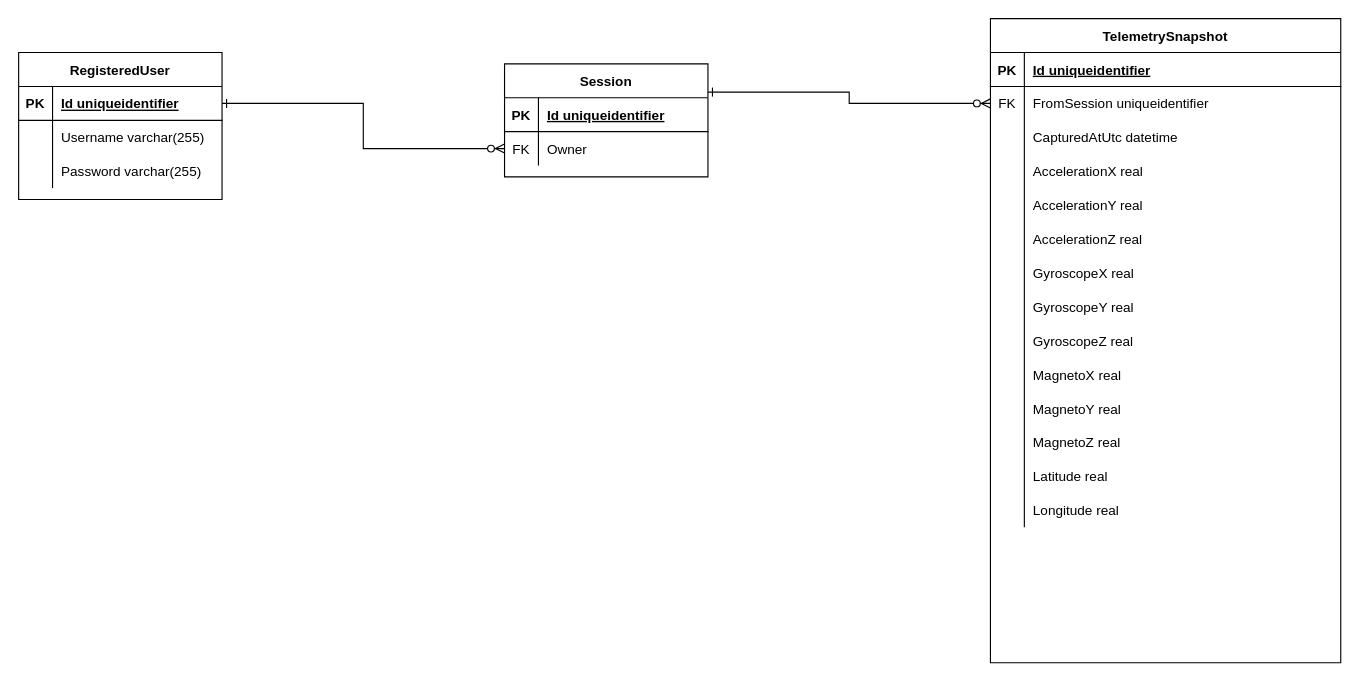
Before: ERD.drawio in TimHanewich/TimHanewich.TelemetryFeed, a draw.io diagram. Source tidied: cells renumbered, new cells numbered last; positions are measured from the earlier drawing's top-left corner, leaving out a move shared by most shapes. Both pictures are drawn from the tidied source at 113%, with x=0, y=0 at pixel (18, 18).
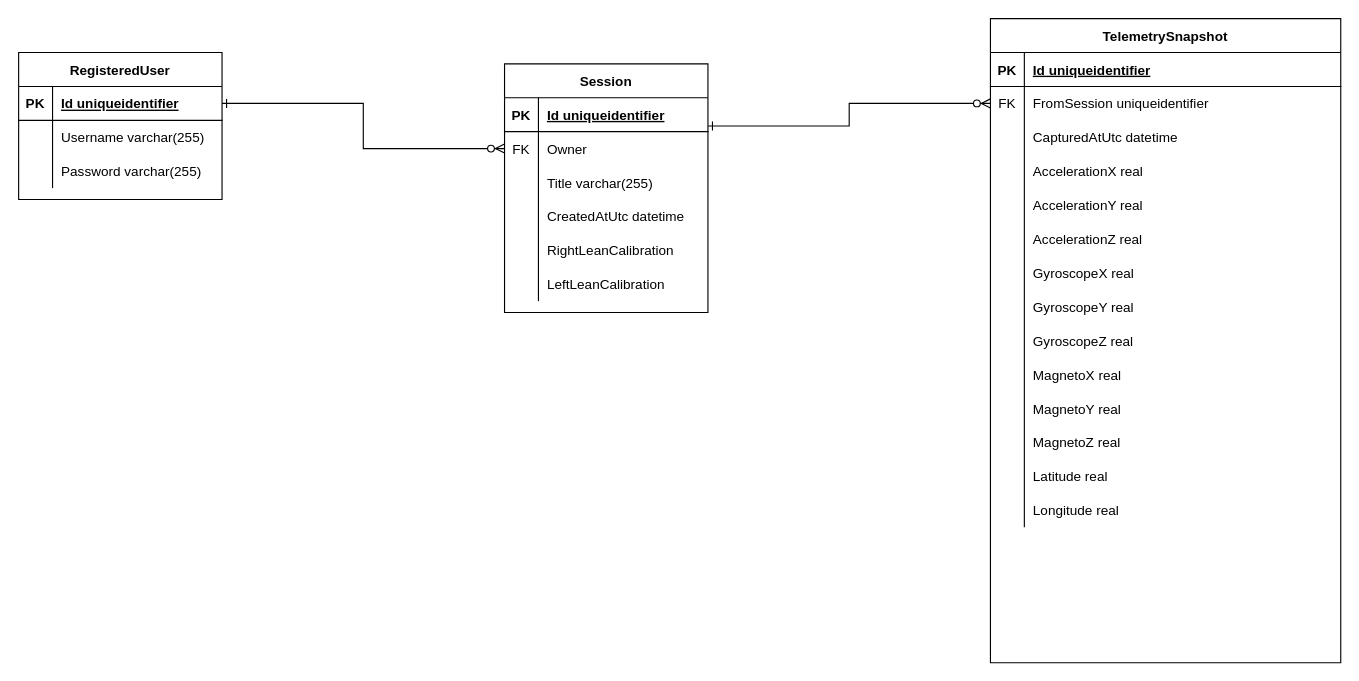
The same diagram, later.

Commit message:
Added additional session details

The edit, as a diff of the source:
```diff
@@
     <mxCell id="45" value="Session" style="shape=table;startSize=30;childLayout=tableLayout;rowLines=0;fontStyle=1;align=center;" parent="1" vertex="1">
-      <mxGeometry x="430" y="40" width="180" height="100" as="geometry" />
+      <mxGeometry x="430" y="40" width="180" height="220" as="geometry" />
     </mxCell>
@@
+    <mxCell id="64" style="shape=partialRectangle;fillColor=none;top=0;left=0;bottom=0;right=0;" parent="45" vertex="1">
+      <mxGeometry y="90" width="180" height="30" as="geometry" />
+    </mxCell>
+    <mxCell id="65" style="shape=partialRectangle;fillColor=none;top=0;left=0;bottom=0;right=0;overflow=hidden;" parent="64" vertex="1">
+      <mxGeometry width="30" height="30" as="geometry" />
+    </mxCell>
+    <mxCell id="66" value="Title varchar(255)" style="shape=partialRectangle;fillColor=none;top=0;left=0;bottom=0;right=0;align=left;spacingLeft=6;overflow=hidden;" parent="64" vertex="1">
+      <mxGeometry x="30" width="150" height="30" as="geometry" />
+    </mxCell>
+    <mxCell id="67" style="shape=partialRectangle;fillColor=none;top=0;left=0;bottom=0;right=0;" parent="45" vertex="1">
+      <mxGeometry y="120" width="180" height="30" as="geometry" />
+    </mxCell>
+    <mxCell id="68" style="shape=partialRectangle;fillColor=none;top=0;left=0;bottom=0;right=0;overflow=hidden;" parent="67" vertex="1">
+      <mxGeometry width="30" height="30" as="geometry" />
+    </mxCell>
+    <mxCell id="69" value="CreatedAtUtc datetime" style="shape=partialRectangle;fillColor=none;top=0;left=0;bottom=0;right=0;align=left;spacingLeft=6;overflow=hidden;" parent="67" vertex="1">
+      <mxGeometry x="30" width="150" height="30" as="geometry" />
+    </mxCell>
+    <mxCell id="70" style="shape=partialRectangle;fillColor=none;top=0;left=0;bottom=0;right=0;" parent="45" vertex="1">
+      <mxGeometry y="150" width="180" height="30" as="geometry" />
+    </mxCell>
+    <mxCell id="71" style="shape=partialRectangle;fillColor=none;top=0;left=0;bottom=0;right=0;overflow=hidden;" parent="70" vertex="1">
+      <mxGeometry width="30" height="30" as="geometry" />
+    </mxCell>
+    <mxCell id="72" value="RightLeanCalibration" style="shape=partialRectangle;fillColor=none;top=0;left=0;bottom=0;right=0;align=left;spacingLeft=6;overflow=hidden;" parent="70" vertex="1">
+      <mxGeometry x="30" width="150" height="30" as="geometry" />
+    </mxCell>
+    <mxCell id="73" style="shape=partialRectangle;fillColor=none;top=0;left=0;bottom=0;right=0;" parent="45" vertex="1">
+      <mxGeometry y="180" width="180" height="30" as="geometry" />
+    </mxCell>
+    <mxCell id="74" style="shape=partialRectangle;fillColor=none;top=0;left=0;bottom=0;right=0;overflow=hidden;" parent="73" vertex="1">
+      <mxGeometry width="30" height="30" as="geometry" />
+    </mxCell>
+    <mxCell id="75" value="LeftLeanCalibration" style="shape=partialRectangle;fillColor=none;top=0;left=0;bottom=0;right=0;align=left;spacingLeft=6;overflow=hidden;" parent="73" vertex="1">
+      <mxGeometry x="30" width="150" height="30" as="geometry" />
+    </mxCell>
```
